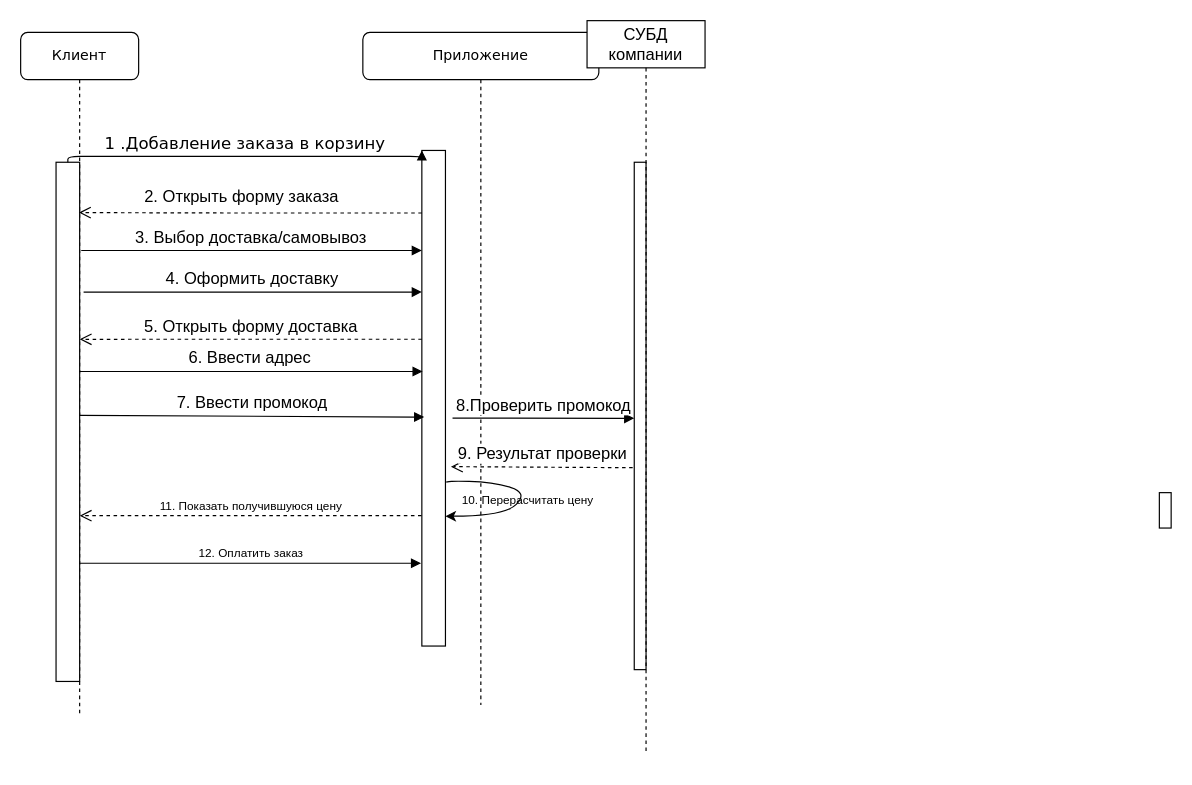
Earlier version of the draw.io diagram diagrams/Диаграмма последовательности.drawio (Timurizi/tz3). Source tidied: cells renumbered, new cells numbered last; positions are measured from the earlier drawing's top-left corner, leaving out a move shared by most shapes. Both pictures are drawn from the tidied source at 118%, with x=0, y=0 at pixel (20, 20).
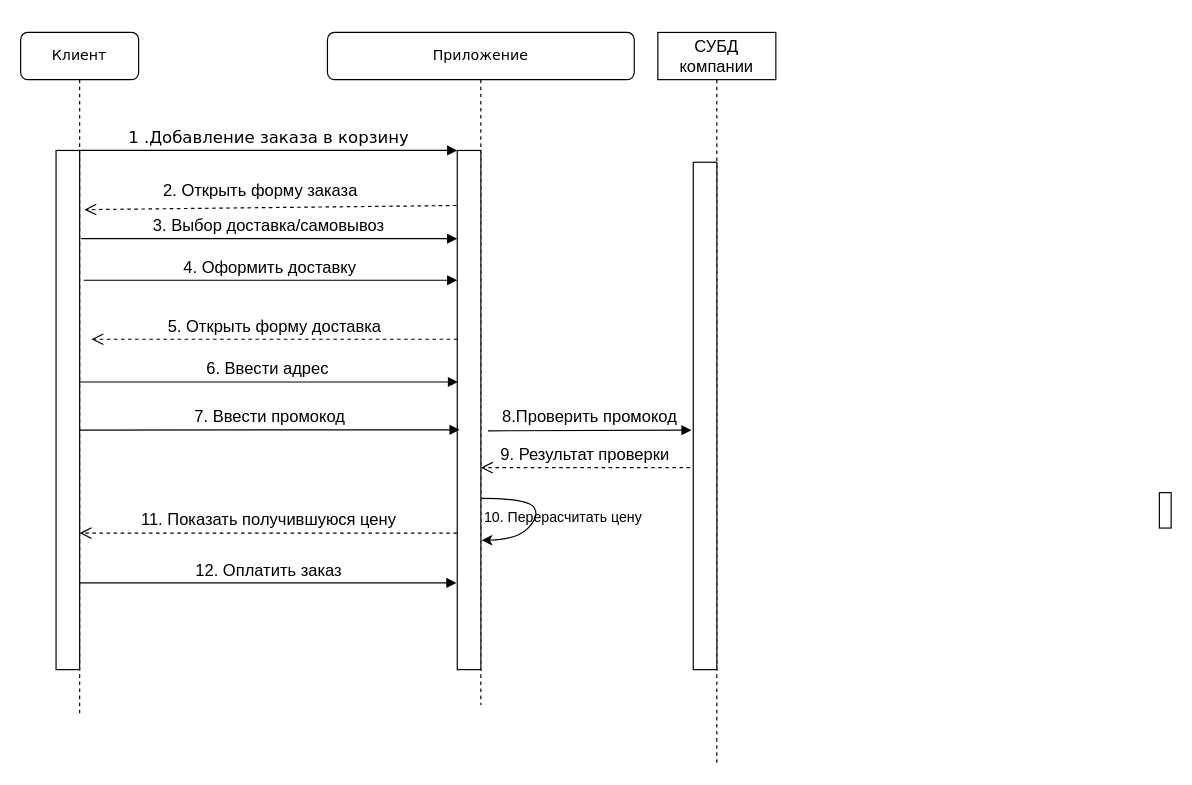
The same diagram, later.

Unchanged cells that the change refers to:
```xml
<mxCell id="2" value="Клиент&lt;br&gt;" style="shape=umlLifeline;perimeter=lifelinePerimeter;whiteSpace=wrap;html=1;outlineConnect=0;rounded=1;shadow=0;comic=0;labelBackgroundColor=none;strokeWidth=1;fontFamily=Verdana;fontSize=12;align=center;" parent="1" vertex="1">
  <mxGeometry y="10" width="100" height="580" as="geometry" />
</mxCell>
```

What changed in the source:
```diff
@@
     <mxCell id="3" style="html=1;points=[];perimeter=orthogonalPerimeter;rounded=0;shadow=0;comic=0;labelBackgroundColor=none;strokeWidth=1;fontFamily=Verdana;fontSize=12;align=center;" parent="2" vertex="1">
-      <mxGeometry x="30" y="110" width="20" height="440" as="geometry" />
+      <mxGeometry x="30" y="100" width="20" height="440" as="geometry" />
     </mxCell>
     <mxCell id="4" value="Приложение" style="shape=umlLifeline;perimeter=lifelinePerimeter;whiteSpace=wrap;html=1;rounded=1;shadow=0;comic=0;labelBackgroundColor=none;strokeWidth=1;fontFamily=Verdana;fontSize=12;align=center;size=40;" parent="1" vertex="1">
-      <mxGeometry x="290" y="10" width="200" height="570" as="geometry" />
+      <mxGeometry x="260" y="10" width="260" height="570" as="geometry" />
     </mxCell>
     <mxCell id="5" style="html=1;points=[];perimeter=orthogonalPerimeter;rounded=0;shadow=0;comic=0;labelBackgroundColor=none;strokeWidth=1;fontFamily=Verdana;fontSize=12;align=center;" parent="4" vertex="1">
-      <mxGeometry x="50" y="100" width="20" height="420" as="geometry" />
+      <mxGeometry x="110" y="100" width="20" height="440" as="geometry" />
     </mxCell>
+    <mxCell id="7" style="curved=1;endArrow=classic;html=1;rounded=0;fontSize=14;exitX=1.034;exitY=0.67;exitDx=0;exitDy=0;exitPerimeter=0;entryX=1.039;entryY=0.751;entryDx=0;entryDy=0;entryPerimeter=0;" parent="4" edge="1" source="5" target="5">
+      <mxGeometry relative="1" as="geometry">
+        <Array as="points">
+          <mxPoint x="170" y="395" />
+          <mxPoint x="180" y="410" />
+          <mxPoint x="160" y="430" />
+        </Array>
+      </mxGeometry>
+    </mxCell>
-    <mxCell id="6" value="&lt;font style=&quot;font-size: 10px;&quot;&gt;10. Перерасчитать цену&lt;/font&gt;" style="text;html=1;strokeColor=none;fillColor=none;align=center;verticalAlign=middle;whiteSpace=wrap;rounded=0;fontSize=14;" parent="4" vertex="1">
-      <mxGeometry x="80" y="390" width="120" height="10" as="geometry" />
+    <mxCell id="6" value="&lt;font style=&quot;font-size: 12px;&quot;&gt;10. Перерасчитать цену&lt;/font&gt;" style="text;html=1;strokeColor=none;fillColor=none;align=center;verticalAlign=middle;whiteSpace=wrap;rounded=0;fontSize=14;" parent="4" vertex="1">
+      <mxGeometry x="130" y="400" width="140" height="20" as="geometry" />
     </mxCell>
-    <mxCell id="7" style="curved=1;endArrow=classic;html=1;rounded=0;fontSize=14;exitX=1.034;exitY=0.67;exitDx=0;exitDy=0;exitPerimeter=0;entryX=0.999;entryY=0.738;entryDx=0;entryDy=0;entryPerimeter=0;" parent="4" edge="1" source="5" target="5">
-      <mxGeometry relative="1" as="geometry">
-        <Array as="points">
-          <mxPoint x="70" y="380" />
-          <mxPoint x="110" y="381" />
-          <mxPoint x="140" y="390" />
-          <mxPoint x="120" y="410" />
-        </Array>
-      </mxGeometry>
-    </mxCell>
@@
-    <mxCell id="10" value="&lt;font style=&quot;font-size: 14px;&quot;&gt;2. Открыть форму заказа&lt;/font&gt;" style="html=1;verticalAlign=bottom;endArrow=open;dashed=1;endSize=8;rounded=0;entryX=0.967;entryY=0.097;entryDx=0;entryDy=0;entryPerimeter=0;" parent="1" edge="1" target="3">
-      <mxGeometry x="0.05" y="-3" relative="1" as="geometry">
-        <mxPoint x="340" y="163" as="sourcePoint" />
-        <Array as="points">
-          <mxPoint x="180" y="163" />
-        </Array>
-      </mxGeometry>
+    <mxCell id="10" value="&lt;font style=&quot;font-size: 14px;&quot;&gt;2. Открыть форму заказа&lt;/font&gt;" style="html=1;verticalAlign=bottom;endArrow=open;dashed=1;endSize=8;rounded=0;entryX=1.2;entryY=0.114;entryDx=0;entryDy=0;entryPerimeter=0;exitX=-0.033;exitY=0.106;exitDx=0;exitDy=0;exitPerimeter=0;" parent="1" edge="1" source="5" target="3">
+      <mxGeometry x="0.05" y="-3" relative="1" as="geometry" />
     </mxCell>
-    <mxCell id="11" style="rounded=0;whiteSpace=wrap;html=1;" parent="1" vertex="1">
-      <mxGeometry x="520" y="120" width="10" height="430" as="geometry" />
-    </mxCell>
@@
-    <mxCell id="14" value="&lt;font style=&quot;font-size: 14px;&quot;&gt;5. Открыть форму доставка&lt;br&gt;&lt;/font&gt;" style="html=1;verticalAlign=bottom;endArrow=open;dashed=1;endSize=8;rounded=0;entryX=1;entryY=0.341;entryDx=0;entryDy=0;entryPerimeter=0;" parent="1" edge="1" source="5" target="3">
+    <mxCell id="14" value="&lt;font style=&quot;font-size: 14px;&quot;&gt;5. Открыть форму доставка&lt;br&gt;&lt;/font&gt;" style="html=1;verticalAlign=bottom;endArrow=open;dashed=1;endSize=8;rounded=0;" parent="1" edge="1" source="5">
       <mxGeometry relative="1" as="geometry">
+        <mxPoint x="60" y="270" as="targetPoint" />
         <Array as="points">
           <mxPoint x="200" y="270" />
         </Array>
       </mxGeometry>
     </mxCell>
-    <mxCell id="15" value="&lt;font style=&quot;font-size: 14px;&quot;&gt;7. Ввести промокод&lt;br&gt;&lt;/font&gt;" style="html=1;verticalAlign=bottom;endArrow=block;rounded=0;exitX=1.067;exitY=0.17;exitDx=0;exitDy=0;exitPerimeter=0;entryX=0.1;entryY=0.538;entryDx=0;entryDy=0;entryPerimeter=0;" parent="1" edge="1" target="5">
+    <mxCell id="15" value="&lt;font style=&quot;font-size: 14px;&quot;&gt;7. Ввести промокод&lt;br&gt;&lt;/font&gt;" style="html=1;verticalAlign=bottom;endArrow=block;rounded=0;entryX=0.1;entryY=0.538;entryDx=0;entryDy=0;entryPerimeter=0;" parent="1" edge="1" target="5">
       <mxGeometry relative="1" as="geometry">
-        <mxPoint x="50" y="334.5" as="sourcePoint" />
+        <mxPoint x="50" y="347" as="sourcePoint" />
       </mxGeometry>
     </mxCell>
@@
-    <mxCell id="17" value="9. Результат проверки" style="html=1;verticalAlign=bottom;endArrow=open;dashed=1;endSize=8;rounded=0;fontSize=14;exitX=-0.133;exitY=0.602;exitDx=0;exitDy=0;exitPerimeter=0;entryX=1.233;entryY=0.638;entryDx=0;entryDy=0;entryPerimeter=0;" parent="1" edge="1" source="11" target="5">
+    <mxCell id="17" value="9. Результат проверки" style="html=1;verticalAlign=bottom;endArrow=open;dashed=1;endSize=8;rounded=0;fontSize=14;exitX=-0.133;exitY=0.602;exitDx=0;exitDy=0;exitPerimeter=0;" parent="1" edge="1" source="11" target="5">
       <mxGeometry relative="1" as="geometry" />
     </mxCell>
-    <mxCell id="18" value="8.Проверить промокод" style="html=1;verticalAlign=bottom;endArrow=block;rounded=0;fontSize=14;exitX=1.3;exitY=0.54;exitDx=0;exitDy=0;exitPerimeter=0;" parent="1" edge="1" source="5">
-      <mxGeometry relative="1" as="geometry">
-        <mxPoint x="520" y="337" as="targetPoint" />
-      </mxGeometry>
+    <mxCell id="18" value="8.Проверить промокод" style="html=1;verticalAlign=bottom;endArrow=block;rounded=0;fontSize=14;exitX=1.3;exitY=0.54;exitDx=0;exitDy=0;exitPerimeter=0;entryX=-0.072;entryY=0.528;entryDx=0;entryDy=0;entryPerimeter=0;" parent="1" edge="1" source="5" target="11">
+      <mxGeometry relative="1" as="geometry" />
     </mxCell>
     <mxCell id="19" value="СУБД компании" style="shape=umlLifeline;perimeter=lifelinePerimeter;whiteSpace=wrap;html=1;fontSize=14;" parent="1" vertex="1">
-      <mxGeometry x="480" width="100" height="620" as="geometry" />
+      <mxGeometry x="540" y="10" width="100" height="620" as="geometry" />
     </mxCell>
+    <mxCell id="11" style="rounded=0;whiteSpace=wrap;html=1;" parent="19" vertex="1">
+      <mxGeometry x="30" y="110" width="20" height="430" as="geometry" />
+    </mxCell>
-    <mxCell id="20" value="11. Показать получившуюся цену" style="html=1;verticalAlign=bottom;endArrow=open;dashed=1;endSize=8;rounded=0;fontSize=10;exitX=-0.013;exitY=0.737;exitDx=0;exitDy=0;exitPerimeter=0;" parent="1" edge="1" source="5" target="3">
+    <mxCell id="20" value="&lt;font style=&quot;font-size: 14px;&quot;&gt;11. Показать получившуюся цену&lt;/font&gt;" style="html=1;verticalAlign=bottom;endArrow=open;dashed=1;endSize=8;rounded=0;fontSize=10;exitX=-0.013;exitY=0.737;exitDx=0;exitDy=0;exitPerimeter=0;" parent="1" edge="1" source="5" target="3">
       <mxGeometry relative="1" as="geometry" />
     </mxCell>
-    <mxCell id="21" value="12. Оплатить заказ" style="html=1;verticalAlign=bottom;endArrow=block;rounded=0;fontSize=10;entryX=-0.033;entryY=0.833;entryDx=0;entryDy=0;entryPerimeter=0;" parent="1" edge="1" source="2" target="5">
+    <mxCell id="21" value="&lt;font style=&quot;font-size: 14px;&quot;&gt;12. Оплатить заказ&lt;/font&gt;" style="html=1;verticalAlign=bottom;endArrow=block;rounded=0;fontSize=10;entryX=-0.033;entryY=0.833;entryDx=0;entryDy=0;entryPerimeter=0;" parent="1" edge="1" source="2" target="5">
       <mxGeometry relative="1" as="geometry" />
     </mxCell>
```
